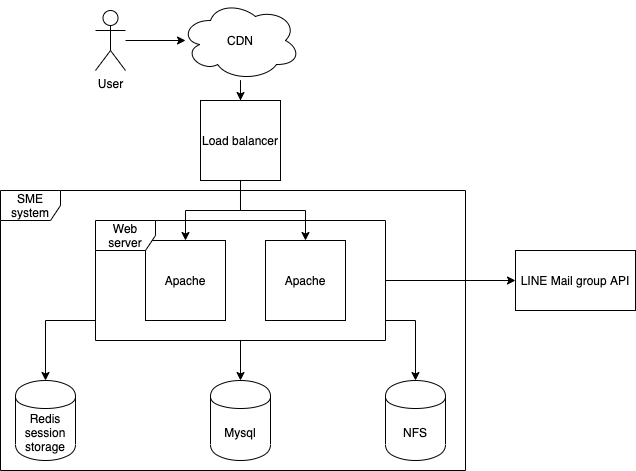
Asing1001/system-diagrams keeps this draw.io diagram as SME.png. Above is the earlier version. Source tidied: cells renumbered, new cells last; positions are measured from the earlier drawing's top-left corner, leaving out a move shared by most shapes. Source of this version:
```xml
<mxGraphModel>
  <root>
    <mxCell id="0" />
    <mxCell id="1" parent="0" />
    <mxCell id="2" style="edgeStyle=orthogonalEdgeStyle;rounded=0;jettySize=auto;html=1;exitX=0.5;exitY=1;exitDx=0;exitDy=0;entryX=0.5;entryY=0;entryDx=0;entryDy=0;" parent="1" edge="1" source="4" target="5">
      <mxGeometry relative="1" as="geometry" />
    </mxCell>
    <mxCell id="3" style="edgeStyle=orthogonalEdgeStyle;rounded=0;jettySize=auto;html=1;entryX=0.5;entryY=0;entryDx=0;entryDy=0;" parent="1" edge="1" source="4" target="6">
      <mxGeometry relative="1" as="geometry" />
    </mxCell>
    <mxCell id="4" value="Load balancer" style="whiteSpace=wrap;html=1;" parent="1" vertex="1">
      <mxGeometry x="200" y="100" width="80" height="80" as="geometry" />
    </mxCell>
    <mxCell id="5" value="Apache" style="whiteSpace=wrap;html=1;" parent="1" vertex="1">
      <mxGeometry x="145" y="240" width="80" height="80" as="geometry" />
    </mxCell>
    <mxCell id="6" value="Apache" style="whiteSpace=wrap;html=1;" parent="1" vertex="1">
      <mxGeometry x="265" y="240" width="80" height="80" as="geometry" />
    </mxCell>
    <mxCell id="7" style="edgeStyle=orthogonalEdgeStyle;rounded=0;jettySize=auto;html=1;" parent="1" edge="1" source="11" target="12">
      <mxGeometry relative="1" as="geometry" />
    </mxCell>
    <mxCell id="8" style="edgeStyle=orthogonalEdgeStyle;rounded=0;jettySize=auto;html=1;" parent="1" edge="1" source="11" target="13">
      <mxGeometry relative="1" as="geometry">
        <Array as="points">
          <mxPoint x="415" y="320" />
        </Array>
      </mxGeometry>
    </mxCell>
    <mxCell id="9" style="edgeStyle=orthogonalEdgeStyle;rounded=0;jettySize=auto;html=1;" parent="1" edge="1" source="11" target="14">
      <mxGeometry relative="1" as="geometry">
        <Array as="points">
          <mxPoint x="45" y="320" />
        </Array>
      </mxGeometry>
    </mxCell>
    <mxCell id="10" style="edgeStyle=orthogonalEdgeStyle;rounded=0;jettySize=auto;html=1;" parent="1" edge="1" source="11" target="20">
      <mxGeometry relative="1" as="geometry" />
    </mxCell>
    <mxCell id="11" value="Web server" style="shape=umlFrame;whiteSpace=wrap;html=1;" parent="1" vertex="1">
      <mxGeometry x="95" y="220" width="290" height="120" as="geometry" />
    </mxCell>
    <mxCell id="12" value="Mysql" style="shape=cylinder;whiteSpace=wrap;html=1;boundedLbl=1;backgroundOutline=1;" parent="1" vertex="1">
      <mxGeometry x="210" y="380" width="60" height="80" as="geometry" />
    </mxCell>
    <mxCell id="13" value="NFS" style="shape=cylinder;whiteSpace=wrap;html=1;boundedLbl=1;backgroundOutline=1;" parent="1" vertex="1">
      <mxGeometry x="385" y="380" width="60" height="80" as="geometry" />
    </mxCell>
    <mxCell id="14" value="Redis session storage" style="shape=cylinder;whiteSpace=wrap;html=1;boundedLbl=1;backgroundOutline=1;" parent="1" vertex="1">
      <mxGeometry x="15" y="380" width="60" height="80" as="geometry" />
    </mxCell>
    <mxCell id="15" style="edgeStyle=orthogonalEdgeStyle;rounded=0;jettySize=auto;html=1;" parent="1" edge="1" source="16" target="4">
      <mxGeometry relative="1" as="geometry" />
    </mxCell>
    <mxCell id="16" value="CDN" style="ellipse;shape=cloud;whiteSpace=wrap;html=1;" parent="1" vertex="1">
      <mxGeometry x="180" width="120" height="80" as="geometry" />
    </mxCell>
    <mxCell id="17" style="edgeStyle=orthogonalEdgeStyle;rounded=0;jettySize=auto;html=1;entryX=0.042;entryY=0.5;entryDx=0;entryDy=0;entryPerimeter=0;" parent="1" edge="1" source="18" target="16">
      <mxGeometry relative="1" as="geometry" />
    </mxCell>
    <mxCell id="18" value="User" style="shape=umlActor;verticalLabelPosition=bottom;verticalAlign=top;html=1;outlineConnect=0;" parent="1" vertex="1">
      <mxGeometry x="95" y="10" width="30" height="60" as="geometry" />
    </mxCell>
    <mxCell id="19" value="SME system" style="shape=umlFrame;whiteSpace=wrap;html=1;" parent="1" vertex="1">
      <mxGeometry y="190" width="465" height="280" as="geometry" />
    </mxCell>
    <mxCell id="20" value="LINE Mail group API" style="rounded=0;whiteSpace=wrap;html=1;" parent="1" vertex="1">
      <mxGeometry x="515" y="250" width="120" height="60" as="geometry" />
    </mxCell>
  </root>
</mxGraphModel>
```
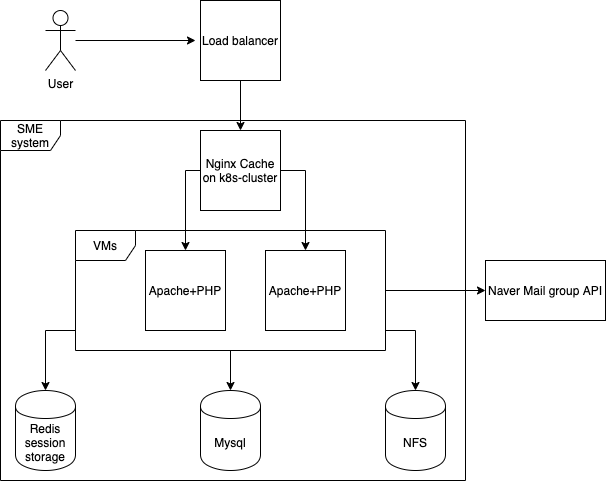
Later version of the same file.

Change to the diagram source:
```diff
@@ -2,19 +2,29 @@
   <root>
     <mxCell id="0" />
     <mxCell id="1" parent="0" />
+    <mxCell id="19" value="SME system" style="shape=umlFrame;whiteSpace=wrap;html=1;" parent="1" vertex="1">
+      <mxGeometry y="110" width="465" height="360" as="geometry" />
+    </mxCell>
+    <mxCell id="11" value="VMs" style="shape=umlFrame;whiteSpace=wrap;html=1;" parent="1" vertex="1">
+      <mxGeometry x="75" y="220" width="310" height="120" as="geometry" />
+    </mxCell>
-    <mxCell id="2" style="edgeStyle=orthogonalEdgeStyle;rounded=0;jettySize=auto;html=1;exitX=0.5;exitY=1;exitDx=0;exitDy=0;entryX=0.5;entryY=0;entryDx=0;entryDy=0;" parent="1" edge="1" source="4" target="5">
-      <mxGeometry relative="1" as="geometry" />
+    <mxCell id="2" style="edgeStyle=orthogonalEdgeStyle;rounded=0;jettySize=auto;html=1;entryX=0.5;entryY=0;entryDx=0;entryDy=0;exitX=0;exitY=0.5;exitDx=0;exitDy=0;" parent="1" edge="1" source="22" target="5">
+      <mxGeometry relative="1" as="geometry">
+        <Array as="points">
+          <mxPoint x="185" y="160" />
+        </Array>
+      </mxGeometry>
     </mxCell>
-    <mxCell id="3" style="edgeStyle=orthogonalEdgeStyle;rounded=0;jettySize=auto;html=1;entryX=0.5;entryY=0;entryDx=0;entryDy=0;" parent="1" edge="1" source="4" target="6">
+    <mxCell id="3" style="edgeStyle=orthogonalEdgeStyle;rounded=0;jettySize=auto;html=1;entryX=0.5;entryY=0;entryDx=0;entryDy=0;" parent="1" edge="1" source="4" target="22">
       <mxGeometry relative="1" as="geometry" />
     </mxCell>
     <mxCell id="4" value="Load balancer" style="whiteSpace=wrap;html=1;" parent="1" vertex="1">
-      <mxGeometry x="200" y="100" width="80" height="80" as="geometry" />
+      <mxGeometry x="200" y="-10" width="80" height="80" as="geometry" />
     </mxCell>
-    <mxCell id="5" value="Apache" style="whiteSpace=wrap;html=1;" parent="1" vertex="1">
+    <mxCell id="5" value="Apache+PHP" style="whiteSpace=wrap;html=1;" parent="1" vertex="1">
       <mxGeometry x="145" y="240" width="80" height="80" as="geometry" />
     </mxCell>
-    <mxCell id="6" value="Apache" style="whiteSpace=wrap;html=1;" parent="1" vertex="1">
+    <mxCell id="6" value="Apache+PHP" style="whiteSpace=wrap;html=1;" parent="1" vertex="1">
       <mxGeometry x="265" y="240" width="80" height="80" as="geometry" />
     </mxCell>
     <mxCell id="7" style="edgeStyle=orthogonalEdgeStyle;rounded=0;jettySize=auto;html=1;" parent="1" edge="1" source="11" target="12">
@@ -37,11 +47,8 @@
     <mxCell id="10" style="edgeStyle=orthogonalEdgeStyle;rounded=0;jettySize=auto;html=1;" parent="1" edge="1" source="11" target="20">
       <mxGeometry relative="1" as="geometry" />
     </mxCell>
-    <mxCell id="11" value="Web server" style="shape=umlFrame;whiteSpace=wrap;html=1;" parent="1" vertex="1">
-      <mxGeometry x="95" y="220" width="290" height="120" as="geometry" />
-    </mxCell>
     <mxCell id="12" value="Mysql" style="shape=cylinder;whiteSpace=wrap;html=1;boundedLbl=1;backgroundOutline=1;" parent="1" vertex="1">
-      <mxGeometry x="210" y="380" width="60" height="80" as="geometry" />
+      <mxGeometry x="200" y="380" width="60" height="80" as="geometry" />
     </mxCell>
     <mxCell id="13" value="NFS" style="shape=cylinder;whiteSpace=wrap;html=1;boundedLbl=1;backgroundOutline=1;" parent="1" vertex="1">
       <mxGeometry x="385" y="380" width="60" height="80" as="geometry" />
@@ -49,23 +56,26 @@
     <mxCell id="14" value="Redis session storage" style="shape=cylinder;whiteSpace=wrap;html=1;boundedLbl=1;backgroundOutline=1;" parent="1" vertex="1">
       <mxGeometry x="15" y="380" width="60" height="80" as="geometry" />
     </mxCell>
-    <mxCell id="15" style="edgeStyle=orthogonalEdgeStyle;rounded=0;jettySize=auto;html=1;" parent="1" edge="1" source="16" target="4">
-      <mxGeometry relative="1" as="geometry" />
-    </mxCell>
-    <mxCell id="16" value="CDN" style="ellipse;shape=cloud;whiteSpace=wrap;html=1;" parent="1" vertex="1">
-      <mxGeometry x="180" width="120" height="80" as="geometry" />
-    </mxCell>
-    <mxCell id="17" style="edgeStyle=orthogonalEdgeStyle;rounded=0;jettySize=auto;html=1;entryX=0.042;entryY=0.5;entryDx=0;entryDy=0;entryPerimeter=0;" parent="1" edge="1" source="18" target="16">
-      <mxGeometry relative="1" as="geometry" />
+    <mxCell id="17" style="edgeStyle=orthogonalEdgeStyle;rounded=0;jettySize=auto;html=1;" parent="1" edge="1" source="18">
+      <mxGeometry relative="1" as="geometry">
+        <mxPoint x="195" y="30" as="targetPoint" />
+      </mxGeometry>
     </mxCell>
     <mxCell id="18" value="User" style="shape=umlActor;verticalLabelPosition=bottom;verticalAlign=top;html=1;outlineConnect=0;" parent="1" vertex="1">
-      <mxGeometry x="95" y="10" width="30" height="60" as="geometry" />
+      <mxGeometry x="45" width="30" height="60" as="geometry" />
     </mxCell>
-    <mxCell id="19" value="SME system" style="shape=umlFrame;whiteSpace=wrap;html=1;" parent="1" vertex="1">
-      <mxGeometry y="190" width="465" height="280" as="geometry" />
-    </mxCell>
-    <mxCell id="20" value="LINE Mail group API" style="rounded=0;whiteSpace=wrap;html=1;" parent="1" vertex="1">
-      <mxGeometry x="515" y="250" width="120" height="60" as="geometry" />
+    <mxCell id="20" value="Naver Mail group API" style="rounded=0;whiteSpace=wrap;html=1;" parent="1" vertex="1">
+      <mxGeometry x="485" y="250" width="120" height="60" as="geometry" />
     </mxCell>
+    <mxCell id="21" style="edgeStyle=orthogonalEdgeStyle;rounded=0;jettySize=auto;html=1;entryX=0.5;entryY=0;entryDx=0;entryDy=0;" parent="1" edge="1" source="22" target="6">
+      <mxGeometry relative="1" as="geometry">
+        <Array as="points">
+          <mxPoint x="305" y="160" />
+        </Array>
+      </mxGeometry>
+    </mxCell>
+    <mxCell id="22" value="Nginx Cache on k8s-cluster" style="whiteSpace=wrap;html=1;" parent="1" vertex="1">
+      <mxGeometry x="200" y="120" width="80" height="80" as="geometry" />
+    </mxCell>
   </root>
 </mxGraphModel>
```
